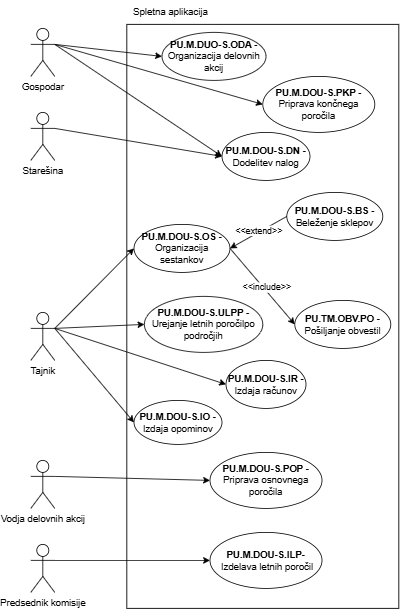
Earlier version of the draw.io export Delovanje upravnega odbora-Spletna aplikacija.drawio.png (ErnestISv/Lovstvo). Source tidied: cells renumbered, new cells last; positions are measured from the earlier drawing's top-left corner, leaving out a move shared by most shapes.
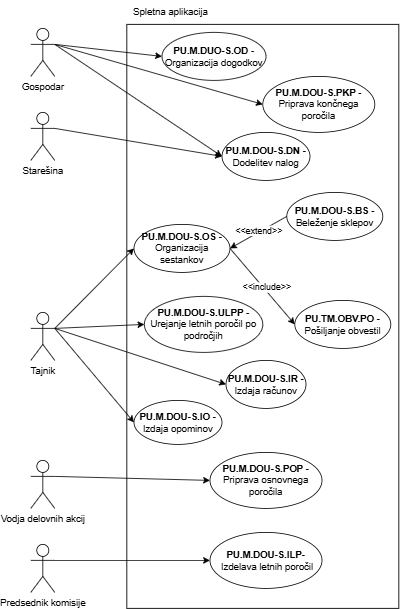
After the change.

The edit, as a diff of the source:
```diff
@@ -17,7 +17,7 @@
     <mxCell id="6" value="&lt;b&gt;PU.M.DOU-S.OS -&lt;/b&gt; Organizacija sestankov" style="ellipse;whiteSpace=wrap;html=1;" parent="1" vertex="1">
       <mxGeometry x="129" y="280" width="120" height="60" as="geometry" />
     </mxCell>
-    <mxCell id="7" value="&lt;b&gt;PU.M.DUO-S.ODA -&lt;/b&gt; Organizacija delovnih akcij" style="ellipse;whiteSpace=wrap;html=1;" parent="1" vertex="1">
+    <mxCell id="7" value="&lt;b&gt;PU.M.DUO-S.OD -&lt;/b&gt; Organizacija dogodkov" style="ellipse;whiteSpace=wrap;html=1;" parent="1" vertex="1">
       <mxGeometry x="164" y="40" width="130" height="60" as="geometry" />
     </mxCell>
     <mxCell id="8" value="&lt;b&gt;PU.M.DOU-S.PKP -&lt;/b&gt; Priprava končnega poročila" style="ellipse;whiteSpace=wrap;html=1;" parent="1" vertex="1">
@@ -32,7 +32,7 @@
     <mxCell id="11" value="&lt;b&gt;PU.M.DOU-S.DN -&lt;/b&gt; Dodelitev nalog" style="ellipse;whiteSpace=wrap;html=1;" parent="1" vertex="1">
       <mxGeometry x="239" y="165" width="110" height="60" as="geometry" />
     </mxCell>
-    <mxCell id="12" value="&lt;b&gt;PU.M.DOU-S.ULPP -&lt;/b&gt; Urejanje letnih poročilpo področjih" style="ellipse;whiteSpace=wrap;html=1;" parent="1" vertex="1">
+    <mxCell id="12" value="&lt;b&gt;PU.M.DOU-S.ULPP -&lt;/b&gt; Urejanje letnih poročil po področjih" style="ellipse;whiteSpace=wrap;html=1;" parent="1" vertex="1">
       <mxGeometry x="142" y="370" width="148" height="70" as="geometry" />
     </mxCell>
     <mxCell id="13" value="&lt;b&gt;PU.M.DOU-S.BS -&lt;/b&gt; Beleženje sklepov" style="ellipse;whiteSpace=wrap;html=1;" parent="1" vertex="1">
```
